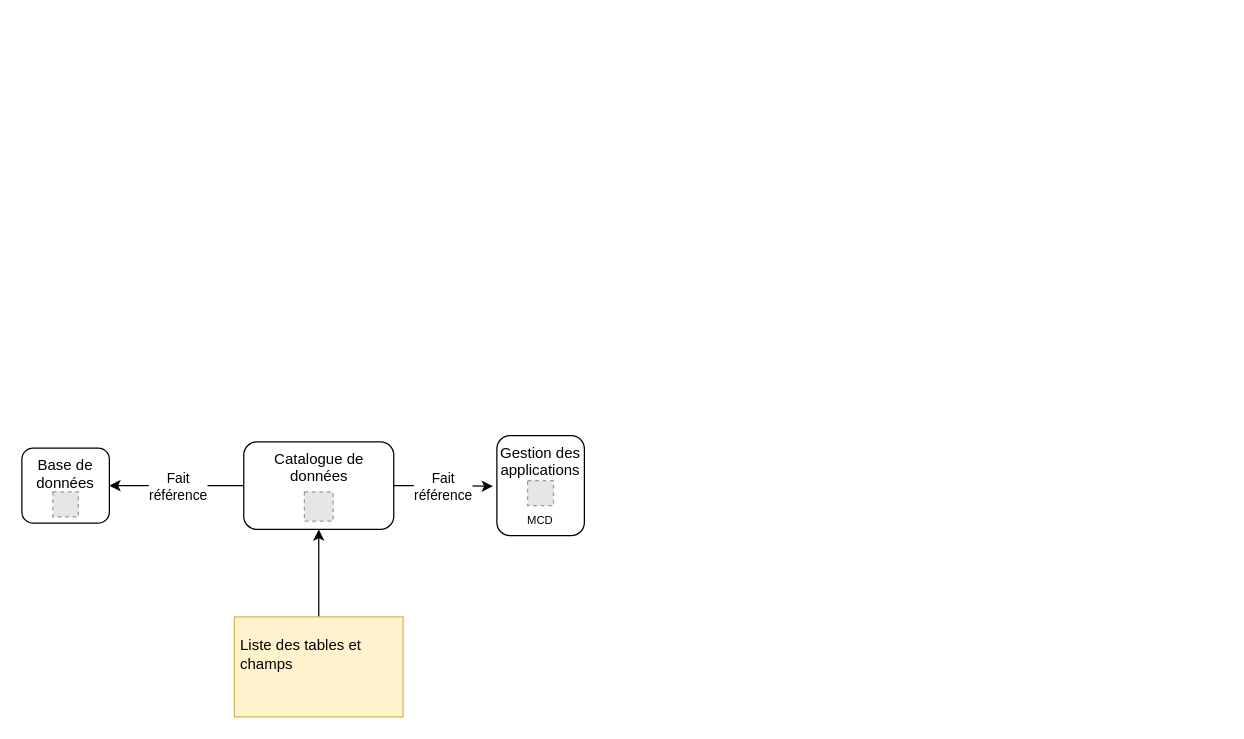
eprouteau/perigeo keeps this draw.io diagram as Diagramme sans nom.drawio. Above is the earlier version. Source tidied: cells renumbered, new cells numbered last; positions are measured from the earlier drawing's top-left corner, leaving out a move shared by most shapes. Both pictures are drawn from the tidied source at 125%, with x=0, y=0 at pixel (21, 435). Pictures stored in the file or linked from it are replaced by grey dashed boxes.
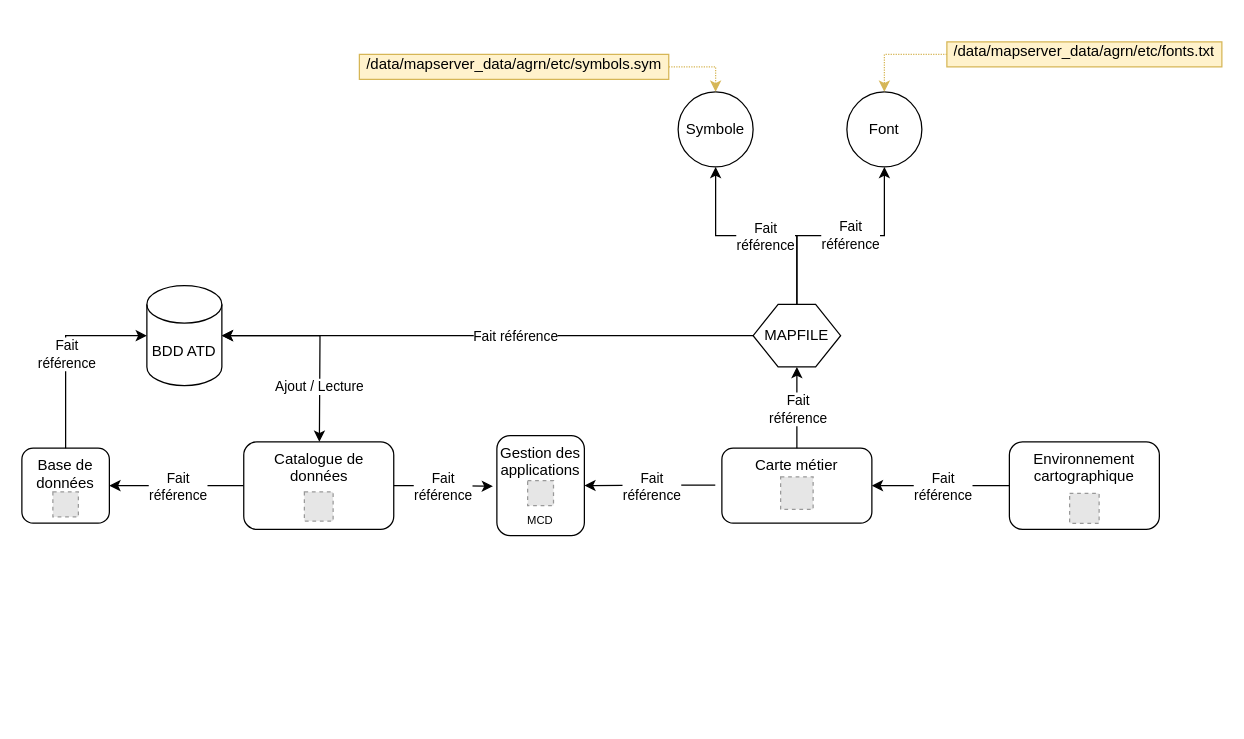
Above is the later version.

Commit message:
Mettre à jour Diagramme sans nom.drawio

Unchanged cells that the change refers to:
```xml
<mxCell id="3" value="Gestion des applications" style="rounded=1;whiteSpace=wrap;html=1;verticalAlign=top;" parent="2" vertex="1">
  <mxGeometry width="70" height="80" as="geometry" />
</mxCell>
<mxCell id="7" value="Base de données" style="rounded=1;whiteSpace=wrap;html=1;verticalAlign=top;" parent="6" vertex="1">
  <mxGeometry width="70" height="60" as="geometry" />
</mxCell>
<mxCell id="14" value="Catalogue de données" style="rounded=1;whiteSpace=wrap;html=1;verticalAlign=top;" parent="13" vertex="1">
  <mxGeometry width="120" height="70" as="geometry" />
</mxCell>
```

Diff of the diagram source:
```diff
@@
-    <mxCell id="11" style="edgeStyle=orthogonalEdgeStyle;rounded=0;jettySize=auto;html=1;entryX=0.5;entryY=1;entryDx=0;entryDy=0;" parent="1" edge="1" source="12" target="14">
-      <mxGeometry relative="1" as="geometry" />
-    </mxCell>
-    <mxCell id="12" value="Liste des tables et champs" style="text;html=1;strokeColor=#d6b656;fillColor=#fff2cc;spacing=5;spacingTop=-20;whiteSpace=wrap;overflow=hidden;rounded=0;verticalAlign=middle;" parent="1" vertex="1">
-      <mxGeometry x="170" y="145" width="135" height="80" as="geometry" />
-    </mxCell>
@@
+    <mxCell id="18" style="group;" parent="1" vertex="1">
+      <mxGeometry x="790" y="5" width="120" height="70" as="geometry" />
+    </mxCell>
+    <mxCell id="19" value="Environnement cartographique" style="rounded=1;whiteSpace=wrap;html=1;verticalAlign=top;" parent="18" vertex="1">
+      <mxGeometry width="120" height="70" as="geometry" />
+    </mxCell>
+    <mxCell id="20" style="fillColor=#E6E6E6;strokeColor=#999999;dashed=1;verticalLabelPosition=bottom;labelBackgroundColor=default;verticalAlign=top;" parent="18" vertex="1">
+      <mxGeometry x="48.2" y="41.2" width="23.6" height="24" as="geometry" />
+    </mxCell>
+    <mxCell id="21" style="group;" parent="1" vertex="1">
+      <mxGeometry x="560" y="10" width="120" height="60" as="geometry" />
+    </mxCell>
+    <mxCell id="22" value="Carte métier" style="rounded=1;whiteSpace=wrap;html=1;verticalAlign=top;" parent="21" vertex="1">
+      <mxGeometry width="120" height="60" as="geometry" />
+    </mxCell>
+    <mxCell id="23" style="fillColor=#E6E6E6;strokeColor=#999999;dashed=1;verticalLabelPosition=bottom;labelBackgroundColor=default;verticalAlign=top;" parent="21" vertex="1">
+      <mxGeometry x="47" y="23" width="26" height="26" as="geometry" />
+    </mxCell>
+    <mxCell id="24" style="edgeStyle=orthogonalEdgeStyle;rounded=0;jettySize=auto;html=1;entryX=1;entryY=0.5;entryDx=0;entryDy=0;exitX=-0.044;exitY=0.494;exitDx=0;exitDy=0;exitPerimeter=0;" parent="1" edge="1" source="22" target="3">
+      <mxGeometry relative="1" as="geometry" />
+    </mxCell>
+    <mxCell id="25" value="Fait&lt;br&gt;référence" style="edgeLabel;html=1;align=center;verticalAlign=middle;" parent="24" vertex="1">
+      <mxGeometry x="-0.02" relative="1" as="geometry" />
+    </mxCell>
+    <mxCell id="26" style="edgeStyle=orthogonalEdgeStyle;rounded=0;jettySize=auto;html=1;entryX=1;entryY=0.5;entryDx=0;entryDy=0;exitX=0;exitY=0.5;exitDx=0;exitDy=0;" parent="1" edge="1" source="19" target="22">
+      <mxGeometry relative="1" as="geometry" />
+    </mxCell>
+    <mxCell id="27" value="Fait&lt;br&gt;référence" style="edgeLabel;html=1;align=center;verticalAlign=middle;" parent="26" vertex="1">
+      <mxGeometry x="-0.02" relative="1" as="geometry" />
+    </mxCell>
+    <mxCell id="28" style="edgeStyle=orthogonalEdgeStyle;rounded=0;jettySize=auto;html=1;exitX=0.5;exitY=0;exitDx=0;exitDy=0;entryX=0.5;entryY=1;entryDx=0;entryDy=0;" parent="1" edge="1" source="32" target="35">
+      <mxGeometry relative="1" as="geometry" />
+    </mxCell>
+    <mxCell id="29" value="Fait&lt;br&gt;référence" style="edgeLabel;html=1;align=center;verticalAlign=middle;" parent="28" vertex="1">
+      <mxGeometry x="-0.07" relative="1" as="geometry" />
+    </mxCell>
+    <mxCell id="30" style="edgeStyle=orthogonalEdgeStyle;rounded=0;jettySize=auto;html=1;exitX=0.5;exitY=0;exitDx=0;exitDy=0;entryX=0.5;entryY=1;entryDx=0;entryDy=0;" parent="1" edge="1" source="32" target="45">
+      <mxGeometry relative="1" as="geometry" />
+    </mxCell>
+    <mxCell id="31" value="Fait&lt;br&gt;référence" style="edgeLabel;html=1;align=center;verticalAlign=middle;" parent="30" vertex="1">
+      <mxGeometry x="0.08" y="1" relative="1" as="geometry" />
+    </mxCell>
+    <mxCell id="32" value="MAPFILE" style="shape=hexagon;perimeter=hexagonPerimeter2;whiteSpace=wrap;html=1;fixedSize=1;" parent="1" vertex="1">
+      <mxGeometry x="585" y="-105" width="70" height="50" as="geometry" />
+    </mxCell>
+    <mxCell id="33" style="edgeStyle=orthogonalEdgeStyle;rounded=0;jettySize=auto;html=1;entryX=0.5;entryY=1;entryDx=0;entryDy=0;exitX=0.5;exitY=0;exitDx=0;exitDy=0;" parent="1" edge="1" source="22" target="32">
+      <mxGeometry relative="1" as="geometry" />
+    </mxCell>
+    <mxCell id="34" value="Fait&lt;br&gt;référence" style="edgeLabel;html=1;align=center;verticalAlign=middle;" parent="33" vertex="1">
+      <mxGeometry x="-0.02" relative="1" as="geometry" />
+    </mxCell>
+    <mxCell id="35" value="Symbole" style="ellipse;whiteSpace=wrap;html=1;" parent="1" vertex="1">
+      <mxGeometry x="525" y="-275" width="60" height="60" as="geometry" />
+    </mxCell>
+    <mxCell id="36" style="edgeStyle=orthogonalEdgeStyle;rounded=0;jettySize=auto;html=1;endArrow=classic;endFill=1;startArrow=classic;startFill=1;" parent="1" edge="1" source="38">
+      <mxGeometry relative="1" as="geometry">
+        <mxPoint x="238" y="5" as="targetPoint" />
+      </mxGeometry>
+    </mxCell>
+    <mxCell id="37" value="Ajout / Lecture" style="edgeLabel;html=1;align=center;verticalAlign=middle;" parent="36" vertex="1">
+      <mxGeometry x="0.23" y="-2" relative="1" as="geometry">
+        <mxPoint x="1" y="18" as="offset" />
+      </mxGeometry>
+    </mxCell>
+    <mxCell id="38" value="BDD ATD" style="shape=cylinder3;whiteSpace=wrap;html=1;boundedLbl=1;backgroundOutline=1;size=15;" parent="1" vertex="1">
+      <mxGeometry x="100" y="-120" width="60" height="80" as="geometry" />
+    </mxCell>
+    <mxCell id="39" style="edgeStyle=orthogonalEdgeStyle;rounded=0;jettySize=auto;html=1;entryX=0;entryY=0.5;entryDx=0;entryDy=0;entryPerimeter=0;exitX=0.5;exitY=0;exitDx=0;exitDy=0;" parent="1" edge="1" source="7" target="38">
+      <mxGeometry relative="1" as="geometry" />
+    </mxCell>
+    <mxCell id="40" value="Fait&lt;br&gt;référence" style="edgeLabel;html=1;align=center;verticalAlign=middle;" parent="39" vertex="1">
+      <mxGeometry x="-0.02" relative="1" as="geometry" />
+    </mxCell>
+    <mxCell id="41" style="edgeStyle=orthogonalEdgeStyle;rounded=0;jettySize=auto;html=1;entryX=1;entryY=0.5;entryDx=0;entryDy=0;entryPerimeter=0;" parent="1" edge="1" source="32" target="38">
+      <mxGeometry relative="1" as="geometry" />
+    </mxCell>
+    <mxCell id="42" value="Fait référence" style="edgeLabel;html=1;align=center;verticalAlign=middle;" parent="41" vertex="1">
+      <mxGeometry x="-0.1" relative="1" as="geometry" />
+    </mxCell>
+    <mxCell id="43" style="edgeStyle=orthogonalEdgeStyle;rounded=0;jettySize=auto;html=1;entryX=0.5;entryY=0;entryDx=0;entryDy=0;strokeColor=#d6b656;dashed=1;strokeWidth=1;dashPattern=1 1;fillColor=#fff2cc;" parent="1" edge="1" source="44" target="35">
+      <mxGeometry relative="1" as="geometry" />
+    </mxCell>
+    <mxCell id="44" value="/data/mapserver_data/agrn/etc/symbols.sym" style="text;html=1;strokeColor=#d6b656;fillColor=#fff2cc;spacing=5;spacingTop=-20;whiteSpace=wrap;overflow=hidden;rounded=0;verticalAlign=bottom;align=center;" parent="1" vertex="1">
+      <mxGeometry x="270" y="-305" width="247.5" height="20" as="geometry" />
+    </mxCell>
+    <mxCell id="45" value="Font" style="ellipse;whiteSpace=wrap;html=1;" parent="1" vertex="1">
+      <mxGeometry x="660" y="-275" width="60" height="60" as="geometry" />
+    </mxCell>
+    <mxCell id="46" style="edgeStyle=orthogonalEdgeStyle;rounded=0;jettySize=auto;html=1;entryX=0.5;entryY=0;entryDx=0;entryDy=0;fillColor=#fff2cc;strokeColor=#d6b656;dashed=1;dashPattern=1 1;" parent="1" edge="1" source="47" target="45">
+      <mxGeometry relative="1" as="geometry" />
+    </mxCell>
+    <mxCell id="47" value="/data/mapserver_data/agrn/etc/fonts.txt" style="text;html=1;strokeColor=#d6b656;fillColor=#fff2cc;spacing=5;spacingTop=-20;whiteSpace=wrap;overflow=hidden;rounded=0;verticalAlign=bottom;align=center;" parent="1" vertex="1">
+      <mxGeometry x="740" y="-315" width="220" height="20" as="geometry" />
+    </mxCell>
```
